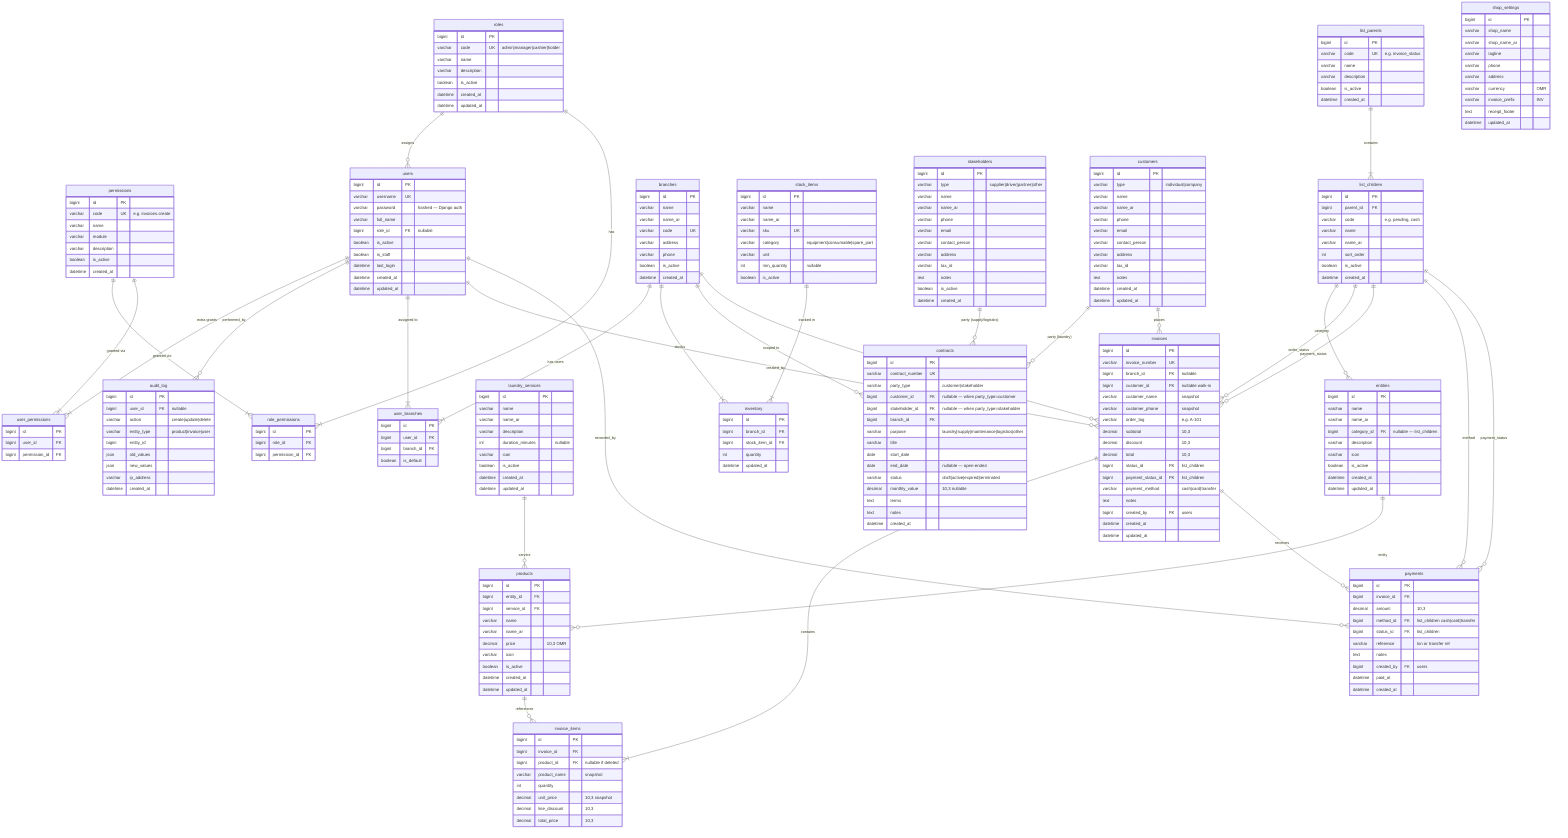
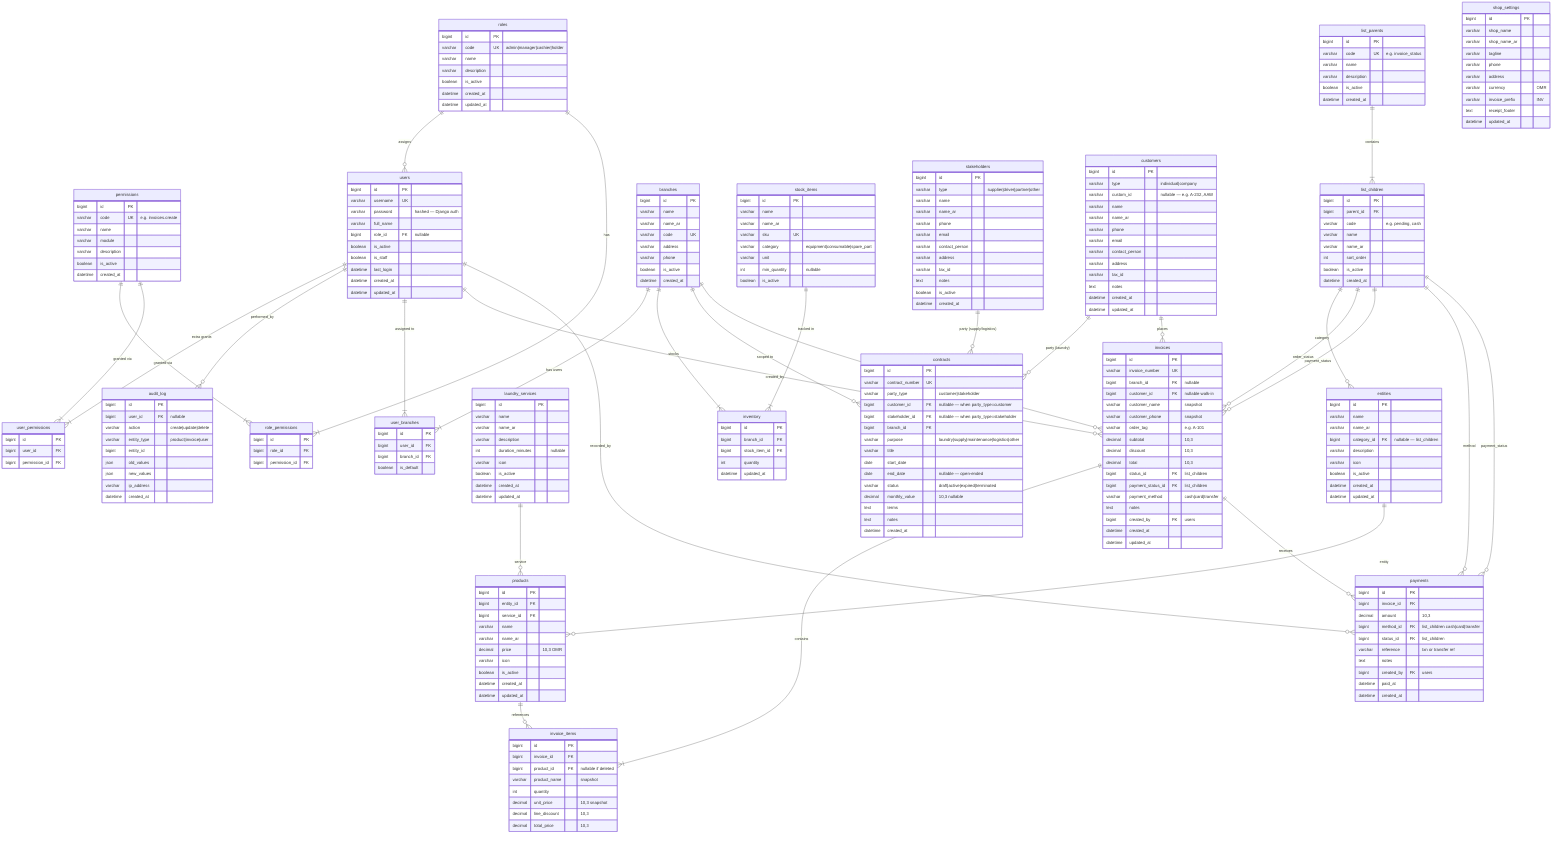
%% AquaWash — Full Entity Relationship Diagram
%% Apps: rbac | common | catalog | operations | sales
%% Export: open https://mermaid.live → paste this file → PNG/SVG/PDF

erDiagram

    %% ═══════════════════════════════════════════════════════════════
    %% 1. RBAC — Users, Roles & Permissions
    %% ═══════════════════════════════════════════════════════════════

    roles {
        bigint id PK
        varchar code UK "admin|manager|cashier|holder"
        varchar name
        varchar description
        boolean is_active
        datetime created_at
        datetime updated_at
    }

    permissions {
        bigint id PK
        varchar code UK "e.g. invoices.create"
        varchar name
        varchar module
        varchar description
        boolean is_active
        datetime created_at
    }

    users {
        bigint id PK
        varchar username UK
        varchar password "hashed — Django auth"
        varchar full_name
        bigint role_id FK "nullable"
        boolean is_active
        boolean is_staff
        datetime last_login
        datetime created_at
        datetime updated_at
    }

    role_permissions {
        bigint id PK
        bigint role_id FK
        bigint permission_id FK
    }

    user_permissions {
        bigint id PK
        bigint user_id FK
        bigint permission_id FK
    }

    %% ═══════════════════════════════════════════════════════════════
    %% 2. COMMON — Lists, Shop Settings, Audit
    %% ═══════════════════════════════════════════════════════════════

    list_parents {
        bigint id PK
        varchar code UK "e.g. invoice_status"
        varchar name
        varchar description
        boolean is_active
        datetime created_at
    }

    list_children {
        bigint id PK
        bigint parent_id FK
        varchar code "e.g. pending, cash"
        varchar name
        varchar name_ar
        int sort_order
        boolean is_active
        datetime created_at
    }

    shop_settings {
        bigint id PK
        varchar shop_name
        varchar shop_name_ar
        varchar tagline
        varchar phone
        varchar address
        varchar currency "OMR"
        varchar invoice_prefix "INV"
        text receipt_footer
        datetime updated_at
    }

    audit_log {
        bigint id PK
        bigint user_id FK "nullable"
        varchar action "create|update|delete"
        varchar entity_type "product|invoice|user"
        bigint entity_id
        json old_values
        json new_values
        varchar ip_address
        datetime created_at
    }

    %% ═══════════════════════════════════════════════════════════════
    %% 3. CATALOG — Garment Types, Services, Products
    %% ═══════════════════════════════════════════════════════════════

    entities {
        bigint id PK
        varchar name
        varchar name_ar
        bigint category_id FK "nullable — list_children"
        varchar description
        varchar icon
        boolean is_active
        datetime created_at
        datetime updated_at
    }

    laundry_services {
        bigint id PK
        varchar name
        varchar name_ar
        varchar description
        int duration_minutes "nullable"
        varchar icon
        boolean is_active
        datetime created_at
        datetime updated_at
    }

    products {
        bigint id PK
        bigint entity_id FK
        bigint service_id FK
        varchar name
        varchar name_ar
        decimal price "10,3 OMR"
        varchar icon
        boolean is_active
        datetime created_at
        datetime updated_at
    }

    %% ═══════════════════════════════════════════════════════════════
    %% 4. OPERATIONS — Branches, Inventory, Stakeholders, Contracts
    %% ═══════════════════════════════════════════════════════════════

    branches {
        bigint id PK
        varchar name
        varchar name_ar
        varchar code UK
        varchar address
        varchar phone
        boolean is_active
        datetime created_at
    }

    user_branches {
        bigint id PK
        bigint user_id FK
        bigint branch_id FK
        boolean is_default
    }

    stock_items {
        bigint id PK
        varchar name
        varchar name_ar
        varchar sku UK
        varchar category "equipment|consumable|spare_part"
        varchar unit
        int min_quantity "nullable"
        boolean is_active
    }

    inventory {
        bigint id PK
        bigint branch_id FK
        bigint stock_item_id FK
        int quantity
        datetime updated_at
    }

    stakeholders {
        bigint id PK
        varchar type "supplier|driver|partner|other"
        varchar name
        varchar name_ar
        varchar phone
        varchar email
        varchar contact_person
        varchar address
        varchar tax_id
        text notes
        boolean is_active
        datetime created_at
    }

    contracts {
        bigint id PK
        varchar contract_number UK
        varchar party_type "customer|stakeholder"
        bigint customer_id FK "nullable — when party_type=customer"
        bigint stakeholder_id FK "nullable — when party_type=stakeholder"
        bigint branch_id FK
        varchar purpose "laundry|supply|maintenance|logistics|other"
        varchar title
        date start_date
        date end_date "nullable — open-ended"
        varchar status "draft|active|expired|terminated"
        decimal monthly_value "10,3 nullable"
        text terms
        text notes
        datetime created_at
    }

    %% ═══════════════════════════════════════════════════════════════
    %% 5. SALES — Customers, Invoices, Payments
    %% ═══════════════════════════════════════════════════════════════

    customers {
        bigint id PK
        varchar type "individual|company"
+         varchar custom_id "nullable — e.g. A-232, AAW"
        varchar name
        varchar name_ar
        varchar phone
        varchar email
        varchar contact_person
        varchar address
        varchar tax_id
        text notes
        datetime created_at
        datetime updated_at
    }

    invoices {
        bigint id PK
        varchar invoice_number UK
        bigint branch_id FK "nullable"
        bigint customer_id FK "nullable walk-in"
        varchar customer_name "snapshot"
        varchar customer_phone "snapshot"
        varchar order_tag "e.g. A-101"
        decimal subtotal "10,3"
        decimal discount "10,3"
        decimal total "10,3"
        bigint status_id FK "list_children"
        bigint payment_status_id FK "list_children"
        varchar payment_method "cash|card|transfer"
        text notes
        bigint created_by FK "users"
        datetime created_at
        datetime updated_at
    }

    invoice_items {
        bigint id PK
        bigint invoice_id FK
        bigint product_id FK "nullable if deleted"
        varchar product_name "snapshot"
        int quantity
        decimal unit_price "10,3 snapshot"
        decimal line_discount "10,3"
        decimal total_price "10,3"
    }

    payments {
        bigint id PK
        bigint invoice_id FK
        decimal amount "10,3"
        bigint method_id FK "list_children cash|card|transfer"
        bigint status_id FK "list_children"
        varchar reference "txn or transfer ref"
        text notes
        bigint created_by FK "users"
        datetime paid_at
        datetime created_at
    }

    %% ─── RBAC relationships ───────────────────────────────────────

    roles ||--o{ users : "assigns"
    roles ||--|{ role_permissions : "has"
    permissions ||--|{ role_permissions : "granted via"
    users ||--|{ user_permissions : "extra grants"
    permissions ||--|{ user_permissions : "granted via"

    %% ─── COMMON relationships ─────────────────────────────────────

    list_parents ||--|{ list_children : "contains"
    users ||--o{ audit_log : "performed_by"

    %% ─── CATALOG relationships ──────────────────────────────────────

    list_children ||--o{ entities : "category"
    entities ||--o{ products : "entity"
    laundry_services ||--o{ products : "service"

    %% ─── OPERATIONS relationships ───────────────────────────────────

    users ||--|{ user_branches : "assigned to"
    branches ||--|{ user_branches : "has users"
    branches ||--|{ inventory : "stocks"
    stock_items ||--|{ inventory : "tracked in"
    branches ||--o{ contracts : "scoped to"
    customers ||--o{ contracts : "party (laundry)"
    stakeholders ||--o{ contracts : "party (supply/logistics)"

    %% ─── SALES relationships ────────────────────────────────────────

    branches ||--o{ invoices : "issued at"
    customers ||--o{ invoices : "places"
    users ||--o{ invoices : "created_by"
    list_children ||--o{ invoices : "order_status"
    list_children ||--o{ invoices : "payment_status"
    invoices ||--|{ invoice_items : "contains"
    products ||--o{ invoice_items : "references"
    invoices ||--o{ payments : "receives"
    list_children ||--o{ payments : "method"
    list_children ||--o{ payments : "payment_status"
    users ||--o{ payments : "recorded_by"
